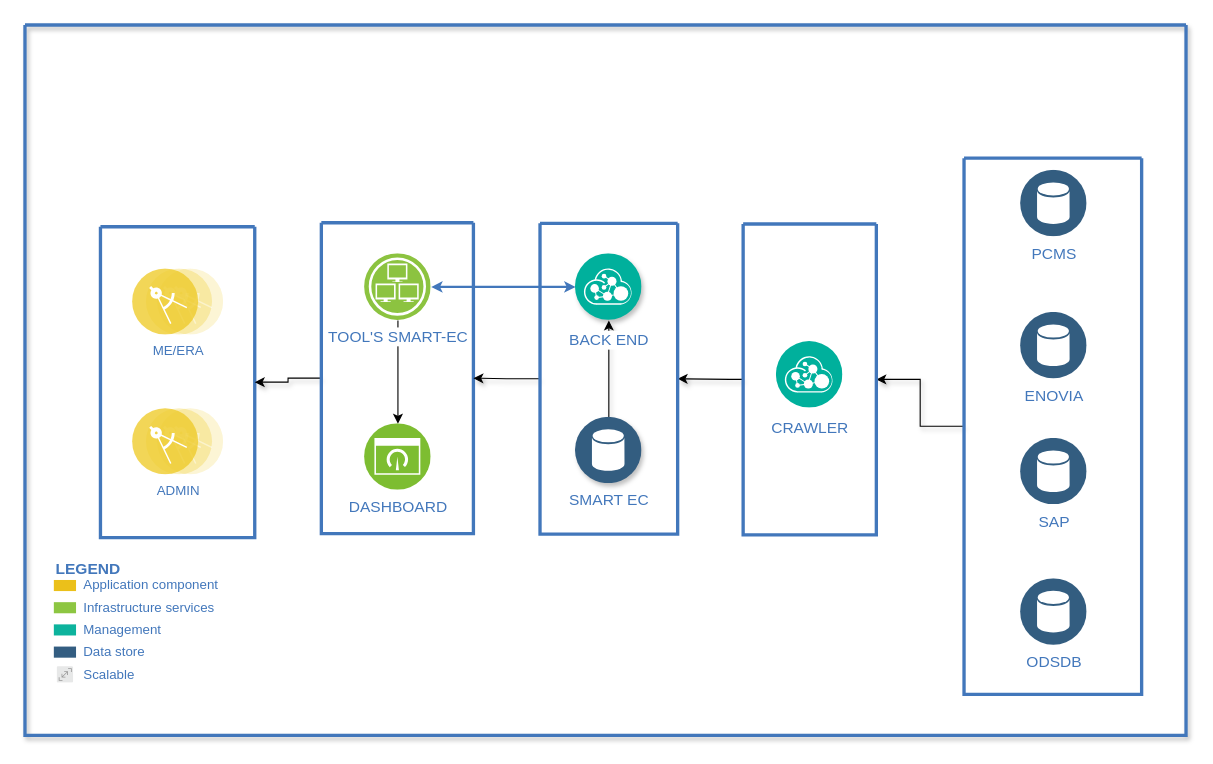
Above: Untitled Diagram.drawio in josefrenzy/https-github.com-open-toolchain-dra-toolchain-demo (draw.io), before the change. Source tidied: cells renumbered, new cells numbered last; positions are measured from the earlier drawing's top-left corner, leaving out a move shared by most shapes. Both pictures are drawn from the tidied source at 111%, with x=0, y=0 at pixel (24, 24).
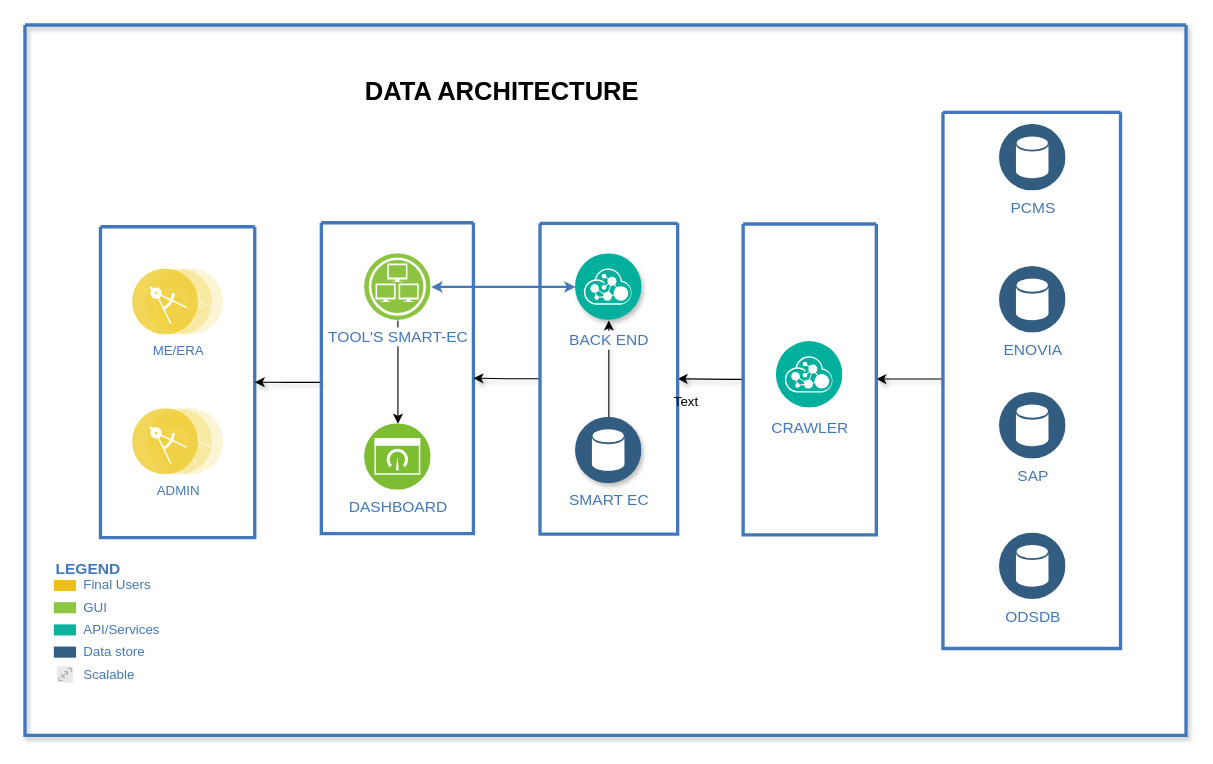
Above is the later version.

Unchanged cells that the change refers to:
```xml
<mxCell id="2" style="swimlane;shadow=1;strokeColor=#4277BB;fillColor=#ffffff;fontColor=#4277BB;align=right;startSize=0;strokeWidth=3;" parent="1" vertex="1">
  <mxGeometry width="1046" height="640" as="geometry" />
</mxCell>
<mxCell id="4" style="swimlane;shadow=0;strokeColor=#4277BB;fillColor=#ffffff;fontColor=#4277BB;align=right;startSize=0;strokeWidth=3;" parent="2" vertex="1">
  <mxGeometry x="68" y="181.8" width="139" height="280" as="geometry" />
</mxCell>
<mxCell id="8" style="swimlane;shadow=0;strokeColor=#4277BB;fillColor=#ffffff;fontColor=#4277BB;align=right;startSize=0;strokeWidth=3;" parent="2" vertex="1">
  <mxGeometry x="267" y="178.2" width="137" height="280" as="geometry" />
</mxCell>
<mxCell id="20" style="swimlane;shadow=0;strokeColor=#4277BB;fillColor=#ffffff;fontColor=#4277BB;align=right;startSize=0;strokeWidth=3;" parent="2" vertex="1">
  <mxGeometry x="647" y="179.3" width="120" height="280" as="geometry" />
</mxCell>
<mxCell id="23" style="swimlane;shadow=0;strokeColor=#4277BB;fillColor=#ffffff;fontColor=#4277BB;align=right;startSize=0;strokeWidth=3;" parent="2" vertex="1">
  <mxGeometry x="464" y="178.7" width="124" height="280" as="geometry" />
</mxCell>
<mxCell id="28" style="group;" parent="2" vertex="1">
  <mxGeometry x="26" y="500" width="20" height="93" as="geometry" />
</mxCell>
```

What changed in the source:
```diff
@@
     <mxCell id="7" style="edgeStyle=orthogonalEdgeStyle;rounded=0;jettySize=auto;html=1;exitX=0;exitY=0.5;exitDx=0;exitDy=0;entryX=1;entryY=0.5;entryDx=0;entryDy=0;shadow=1;" parent="2" edge="1" source="8" target="4">
-      <mxGeometry relative="1" as="geometry" />
+      <mxGeometry relative="1" as="geometry">
+        <Array as="points">
+          <mxPoint x="267" y="322" />
+          <mxPoint x="237" y="322" />
+        </Array>
+      </mxGeometry>
     </mxCell>
@@
     <mxCell id="12" style="edgeStyle=orthogonalEdgeStyle;rounded=0;jettySize=auto;html=1;exitX=0;exitY=0.5;exitDx=0;exitDy=0;shadow=1;" parent="2" edge="1" source="13" target="20">
-      <mxGeometry relative="1" as="geometry" />
+      <mxGeometry relative="1" as="geometry">
+        <Array as="points">
+          <mxPoint x="827" y="319" />
+        </Array>
+      </mxGeometry>
     </mxCell>
     <mxCell id="13" style="swimlane;shadow=0;strokeColor=#4277BB;fillColor=#ffffff;fontColor=#4277BB;align=right;startSize=0;strokeWidth=3;" parent="2" vertex="1">
-      <mxGeometry x="846" y="120" width="160" height="483" as="geometry" />
+      <mxGeometry x="827" y="78.7" width="160" height="483" as="geometry" />
     </mxCell>
@@
     <mxCell id="22" style="edgeStyle=orthogonalEdgeStyle;rounded=0;jettySize=auto;html=1;exitX=0;exitY=0.5;exitDx=0;exitDy=0;entryX=1;entryY=0.5;entryDx=0;entryDy=0;shadow=1;" parent="2" edge="1" source="23" target="8">
-      <mxGeometry relative="1" as="geometry" />
+      <mxGeometry relative="1" as="geometry">
+        <Array as="points">
+          <mxPoint x="434" y="319" />
+        </Array>
+      </mxGeometry>
     </mxCell>
@@
-    <mxCell id="29" value="Application component" style="rounded=0;html=1;shadow=0;labelBackgroundColor=none;strokeColor=none;strokeWidth=2;fillColor=#EBC01A;gradientColor=none;fontSize=12;fontColor=#4277BB;align=left;labelPosition=right;verticalLabelPosition=middle;verticalAlign=middle;spacingLeft=5;" parent="28" vertex="1">
+    <mxCell id="29" value="Final Users" style="rounded=0;html=1;shadow=0;labelBackgroundColor=none;strokeColor=none;strokeWidth=2;fillColor=#EBC01A;gradientColor=none;fontSize=12;fontColor=#4277BB;align=left;labelPosition=right;verticalLabelPosition=middle;verticalAlign=middle;spacingLeft=5;" parent="28" vertex="1">
       <mxGeometry width="20" height="10" as="geometry" />
     </mxCell>
-    <mxCell id="30" value="Infrastructure services" style="rounded=0;html=1;shadow=0;labelBackgroundColor=none;strokeColor=none;strokeWidth=2;fillColor=#8DC642;gradientColor=none;fontSize=12;fontColor=#4277BB;align=left;labelPosition=right;verticalLabelPosition=middle;verticalAlign=middle;spacingLeft=5;" parent="28" vertex="1">
+    <mxCell id="30" value="GUI" style="rounded=0;html=1;shadow=0;labelBackgroundColor=none;strokeColor=none;strokeWidth=2;fillColor=#8DC642;gradientColor=none;fontSize=12;fontColor=#4277BB;align=left;labelPosition=right;verticalLabelPosition=middle;verticalAlign=middle;spacingLeft=5;" parent="28" vertex="1">
       <mxGeometry y="20" width="20" height="10" as="geometry" />
     </mxCell>
-    <mxCell id="31" value="Management" style="rounded=0;html=1;shadow=0;labelBackgroundColor=none;strokeColor=none;strokeWidth=2;fillColor=#0DB39D;gradientColor=none;fontSize=12;fontColor=#4277BB;align=left;labelPosition=right;verticalLabelPosition=middle;verticalAlign=middle;spacingLeft=5;" parent="28" vertex="1">
+    <mxCell id="31" value="API/Services" style="rounded=0;html=1;shadow=0;labelBackgroundColor=none;strokeColor=none;strokeWidth=2;fillColor=#0DB39D;gradientColor=none;fontSize=12;fontColor=#4277BB;align=left;labelPosition=right;verticalLabelPosition=middle;verticalAlign=middle;spacingLeft=5;" parent="28" vertex="1">
       <mxGeometry y="40" width="20" height="10" as="geometry" />
     </mxCell>
@@
+    <mxCell id="34" value="&lt;font size=&quot;1&quot;&gt;&lt;b style=&quot;font-size: 23px&quot;&gt;DATA ARCHITECTURE&lt;/b&gt;&lt;/font&gt;" style="text;html=1;strokeColor=none;fillColor=none;align=center;verticalAlign=middle;whiteSpace=wrap;rounded=0;shadow=1;" parent="2" vertex="1">
+      <mxGeometry x="60" y="40" width="740" height="40" as="geometry" />
+    </mxCell>
+    <mxCell id="35" value="Text" style="text;html=1;strokeColor=none;fillColor=none;align=center;verticalAlign=middle;whiteSpace=wrap;rounded=0;shadow=1;" parent="1" vertex="1">
+      <mxGeometry x="576" y="330" width="40" height="20" as="geometry" />
+    </mxCell>
```
